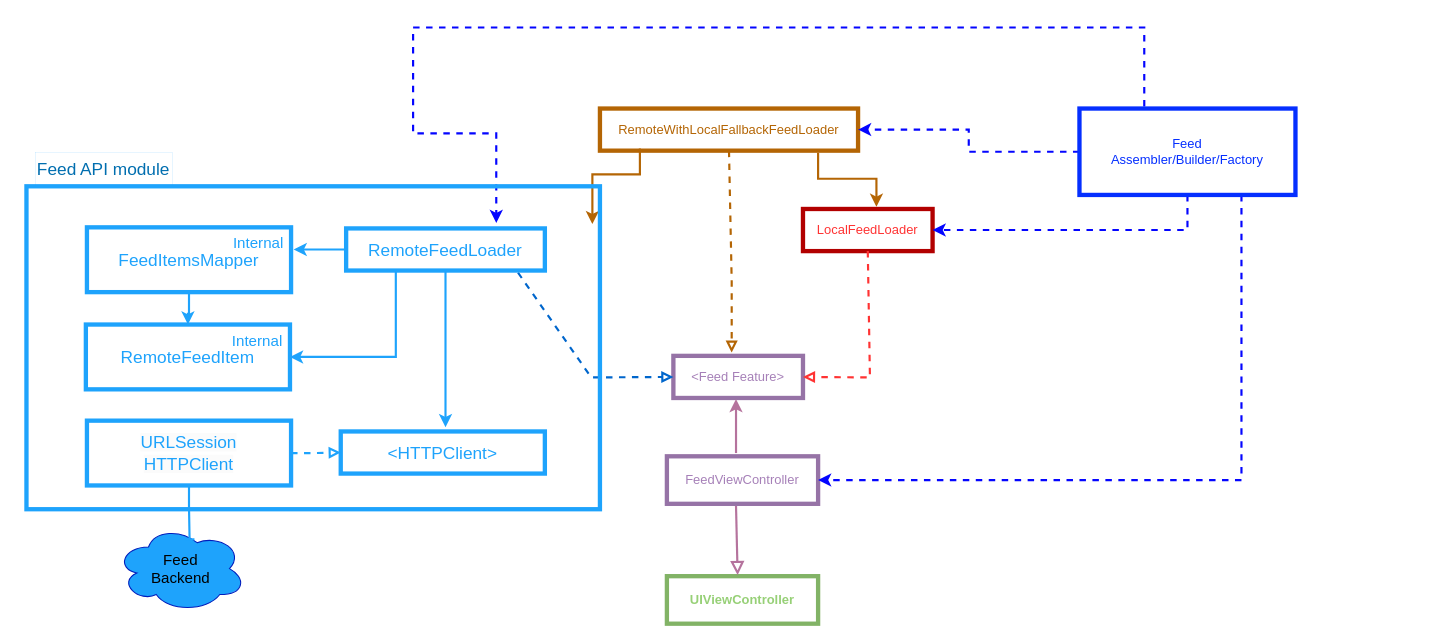
Before: Architecture Diagrams/Architecture_And_Modular_Design_Netowrking_Module.drawio in gopal-iosdev/essential-feed-case-study, a draw.io diagram. Source tidied: cells renumbered, new cells numbered last; positions are measured from the earlier drawing's top-left corner, leaving out a move shared by most shapes. Both pictures are drawn from the tidied source at 108%, with x=0, y=0 at pixel (26, 27).
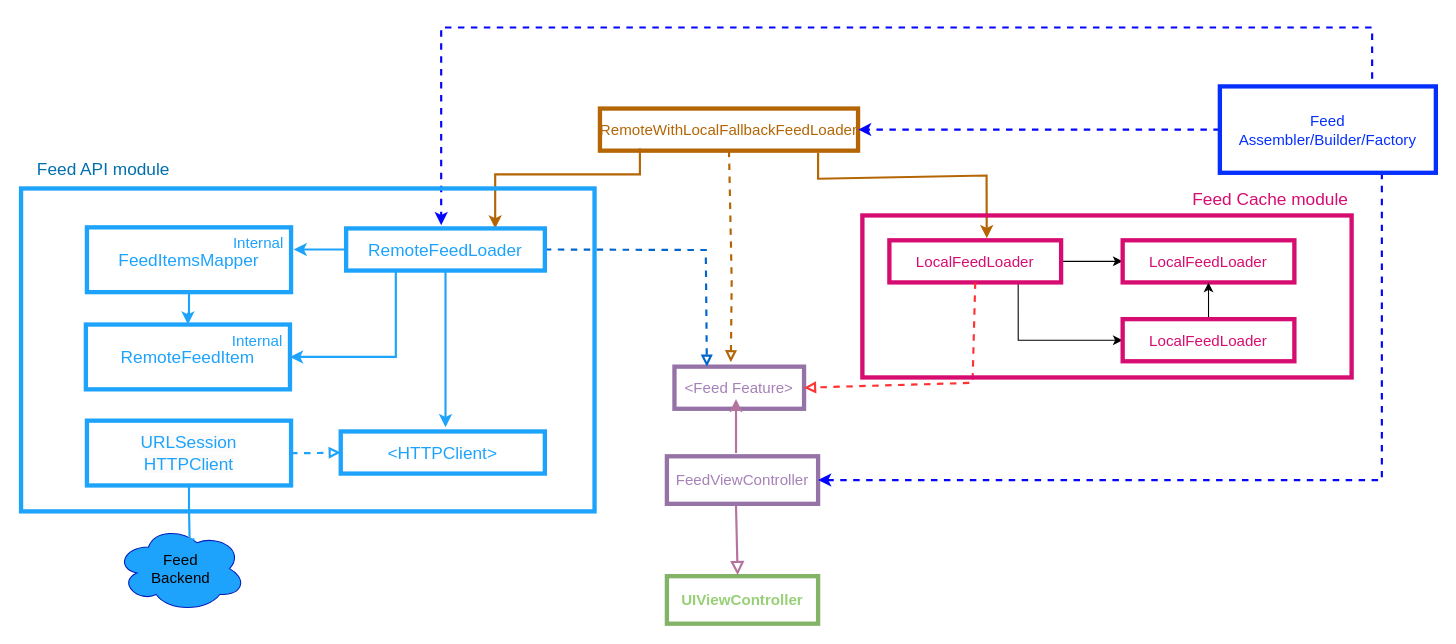
The same diagram, later.

Commit message:
Added Feed Cache Module

Unchanged cells that the change refers to:
```xml
<mxCell id="24" value="&lt;font style=&quot;font-size: 16px;&quot;&gt;RemoteFeedLoader&lt;/font&gt;" style="rounded=0;whiteSpace=wrap;html=1;fillColor=none;strokeColor=#1EA3FC;strokeWidth=4;fontColor=#1EA3FC;fontSize=16;" parent="1" vertex="1">
  <mxGeometry x="296" y="186" width="184" height="39" as="geometry" />
</mxCell>
```

What changed in the source:
```diff
@@
-    <mxCell id="2" value="&lt;b&gt;&lt;font color=&quot;#97d077&quot;&gt;UIViewController&lt;/font&gt;&lt;/b&gt;" style="rounded=0;whiteSpace=wrap;html=1;strokeWidth=4;fillColor=none;strokeColor=#82b366;" parent="1" vertex="1">
+    <mxCell id="2" value="&lt;b style=&quot;font-size: 14px;&quot;&gt;&lt;font color=&quot;#97d077&quot; style=&quot;font-size: 14px;&quot;&gt;UIViewController&lt;/font&gt;&lt;/b&gt;" style="rounded=0;whiteSpace=wrap;html=1;strokeWidth=4;fillColor=none;strokeColor=#82b366;fontSize=14;" parent="1" vertex="1">
       <mxGeometry x="593" y="508" width="140" height="44" as="geometry" />
     </mxCell>
-    <mxCell id="3" value="&lt;font color=&quot;#a680b8&quot;&gt;FeedViewController&lt;/font&gt;" style="rounded=0;whiteSpace=wrap;html=1;fillColor=none;strokeColor=#9673a6;strokeWidth=4;" parent="1" vertex="1">
+    <mxCell id="3" value="&lt;font color=&quot;#a680b8&quot; style=&quot;font-size: 14px;&quot;&gt;FeedViewController&lt;/font&gt;" style="rounded=0;whiteSpace=wrap;html=1;fillColor=none;strokeColor=#9673a6;strokeWidth=4;fontSize=14;" parent="1" vertex="1">
       <mxGeometry x="593" y="397" width="140" height="44" as="geometry" />
     </mxCell>
-    <mxCell id="4" value="&lt;font color=&quot;#a680b8&quot;&gt;&amp;lt;Feed Feature&amp;gt;&lt;/font&gt;" style="rounded=0;whiteSpace=wrap;html=1;fillColor=none;strokeColor=#9673a6;strokeWidth=4;" parent="1" vertex="1">
-      <mxGeometry x="599" y="304" width="120" height="39" as="geometry" />
+    <mxCell id="4" value="&lt;font color=&quot;#a680b8&quot; style=&quot;font-size: 14px;&quot;&gt;&amp;lt;Feed Feature&amp;gt;&lt;/font&gt;" style="rounded=0;whiteSpace=wrap;html=1;fillColor=none;strokeColor=#9673a6;strokeWidth=4;fontSize=14;" parent="1" vertex="1">
+      <mxGeometry x="600" y="314" width="120" height="39" as="geometry" />
     </mxCell>
@@
+    <mxCell id="35" style="edgeStyle=orthogonalEdgeStyle;rounded=0;jettySize=auto;html=1;entryX=0;entryY=0.5;entryDx=0;entryDy=0;" parent="1" edge="1" source="6" target="37">
+      <mxGeometry relative="1" as="geometry" />
+    </mxCell>
+    <mxCell id="36" style="edgeStyle=orthogonalEdgeStyle;rounded=0;jettySize=auto;html=1;exitX=0.75;exitY=1;exitDx=0;exitDy=0;entryX=0;entryY=0.5;entryDx=0;entryDy=0;" parent="1" edge="1" source="6" target="39">
+      <mxGeometry relative="1" as="geometry" />
+    </mxCell>
-    <mxCell id="6" value="&lt;font color=&quot;#ff3333&quot;&gt;LocalFeedLoader&lt;/font&gt;" style="rounded=0;whiteSpace=wrap;html=1;fillColor=none;strokeColor=#B20000;strokeWidth=4;fontColor=#ffffff;" parent="1" vertex="1">
-      <mxGeometry x="719" y="168" width="120" height="39" as="geometry" />
+    <mxCell id="6" value="&lt;font style=&quot;font-size: 14px;&quot;&gt;LocalFeedLoader&lt;/font&gt;" style="rounded=0;whiteSpace=wrap;html=1;fillColor=none;strokeColor=#D70C70;strokeWidth=4;fontColor=#D70C70;fontSize=14;" parent="1" vertex="1">
+      <mxGeometry x="799" y="197" width="159" height="39" as="geometry" />
     </mxCell>
     <mxCell id="7" style="html=1;labelBackgroundColor=#ffffff;startArrow=none;startFill=0;startSize=6;endArrow=block;endFill=0;endSize=6;jettySize=auto;strokeWidth=2;dashed=1;fontSize=14;rounded=0;exitX=0.5;exitY=1;exitDx=0;exitDy=0;entryX=1;entryY=0.5;entryDx=0;entryDy=0;strokeColor=#FF3333;" parent="1" edge="1" source="6" target="4">
       <mxGeometry relative="1" as="geometry">
         <Array as="points">
-          <mxPoint x="781" y="324" />
+          <mxPoint x="876" y="329" />
         </Array>
       </mxGeometry>
     </mxCell>
-    <mxCell id="8" style="html=1;labelBackgroundColor=#ffffff;startArrow=none;startFill=0;startSize=6;endArrow=block;endFill=0;endSize=6;jettySize=auto;strokeWidth=2;dashed=1;fontSize=14;rounded=0;entryX=0;entryY=0.5;entryDx=0;entryDy=0;strokeColor=#0066CC;exitX=0.865;exitY=1.051;exitDx=0;exitDy=0;exitPerimeter=0;" parent="1" edge="1" source="24" target="4">
+    <mxCell id="8" style="html=1;labelBackgroundColor=#ffffff;startArrow=none;startFill=0;startSize=6;endArrow=block;endFill=0;endSize=6;jettySize=auto;strokeWidth=2;dashed=1;fontSize=14;rounded=0;entryX=0.25;entryY=0;entryDx=0;entryDy=0;strokeColor=#0066CC;exitX=1;exitY=0.5;exitDx=0;exitDy=0;" parent="1" edge="1" source="24" target="4">
       <mxGeometry relative="1" as="geometry">
         <Array as="points">
-          <mxPoint x="523" y="324" />
+          <mxPoint x="629" y="206" />
         </Array>
       </mxGeometry>
     </mxCell>
@@
-    <mxCell id="10" value="&lt;font color=&quot;#b46504&quot;&gt;RemoteWithLocalFallbackFeedLoader&lt;/font&gt;" style="rounded=0;whiteSpace=wrap;html=1;fillColor=none;strokeColor=#b46504;strokeWidth=4;" parent="1" vertex="1">
+    <mxCell id="10" value="&lt;font color=&quot;#b46504&quot; style=&quot;font-size: 14px;&quot;&gt;RemoteWithLocalFallbackFeedLoader&lt;/font&gt;" style="rounded=0;whiteSpace=wrap;html=1;fillColor=none;strokeColor=#b46504;strokeWidth=4;fontSize=14;" parent="1" vertex="1">
       <mxGeometry x="531" y="75" width="239" height="39" as="geometry" />
     </mxCell>
-    <mxCell id="11" style="html=1;labelBackgroundColor=#ffffff;startArrow=none;startFill=0;startSize=6;endArrow=block;endFill=0;endSize=6;jettySize=auto;strokeWidth=2;dashed=1;fontSize=14;rounded=0;exitX=0.5;exitY=1;exitDx=0;exitDy=0;strokeColor=#B46504;" parent="1" edge="1" source="10">
+    <mxCell id="11" style="html=1;labelBackgroundColor=#ffffff;startArrow=none;startFill=0;startSize=6;endArrow=block;endFill=0;endSize=6;jettySize=auto;strokeWidth=2;dashed=1;fontSize=14;rounded=0;exitX=0.5;exitY=1;exitDx=0;exitDy=0;strokeColor=#B46504;entryX=0.435;entryY=-0.104;entryDx=0;entryDy=0;entryPerimeter=0;" parent="1" edge="1" source="10" target="4">
       <mxGeometry relative="1" as="geometry">
-        <mxPoint x="653" y="301" as="targetPoint" />
         <Array as="points">
           <mxPoint x="653" y="235" />
         </Array>
       </mxGeometry>
     </mxCell>
-    <mxCell id="12" style="endArrow=classic;html=1;rounded=0;exitX=0.155;exitY=1.026;exitDx=0;exitDy=0;exitPerimeter=0;strokeWidth=2;strokeColor=#B46504;entryX=0.886;entryY=0.051;entryDx=0;entryDy=0;entryPerimeter=0;" parent="1" edge="1">
+    <mxCell id="12" style="endArrow=classic;html=1;rounded=0;exitX=0.155;exitY=1.026;exitDx=0;exitDy=0;exitPerimeter=0;strokeWidth=2;strokeColor=#B46504;entryX=0.75;entryY=0;entryDx=0;entryDy=0;" parent="1" edge="1" target="24">
       <mxGeometry relative="1" as="geometry">
         <mxPoint x="568" y="112" as="sourcePoint" />
-        <mxPoint x="524" y="182" as="targetPoint" />
         <Array as="points">
           <mxPoint x="568" y="136" />
-          <mxPoint x="524" y="136" />
+          <mxPoint x="434" y="136" />
         </Array>
       </mxGeometry>
     </mxCell>
     <mxCell id="13" style="endArrow=classic;html=1;rounded=0;exitX=0.155;exitY=1.026;exitDx=0;exitDy=0;exitPerimeter=0;strokeWidth=2;strokeColor=#B46504;entryX=0.567;entryY=-0.051;entryDx=0;entryDy=0;entryPerimeter=0;" parent="1" edge="1" target="6">
       <mxGeometry relative="1" as="geometry">
         <mxPoint x="733" y="116" as="sourcePoint" />
         <Array as="points">
           <mxPoint x="733" y="140" />
-          <mxPoint x="787" y="140" />
+          <mxPoint x="889" y="137" />
         </Array>
       </mxGeometry>
     </mxCell>
-    <mxCell id="14" style="edgeStyle=orthogonalEdgeStyle;rounded=0;orthogonalLoop=1;jettySize=auto;html=1;strokeWidth=2;dashed=1;strokeColor=#0405ff;" parent="1" edge="1">
+    <mxCell id="14" style="edgeStyle=orthogonalEdgeStyle;rounded=0;jettySize=auto;html=1;strokeWidth=2;dashed=1;strokeColor=#0405ff;exitX=0.5;exitY=0;exitDx=0;exitDy=0;" parent="1" edge="1" source="18">
       <mxGeometry relative="1" as="geometry">
-        <mxPoint x="1035" y="73" as="sourcePoint" />
-        <mxPoint x="435" y="181" as="targetPoint" />
+        <mxPoint x="384" y="183" as="targetPoint" />
         <Array as="points">
-          <mxPoint x="1035" />
-          <mxPoint x="358" />
-          <mxPoint x="358" y="98" />
-          <mxPoint x="435" y="98" />
+          <mxPoint x="1246" />
+          <mxPoint x="384" />
         </Array>
       </mxGeometry>
     </mxCell>
@@
-    <mxCell id="16" style="edgeStyle=orthogonalEdgeStyle;rounded=0;jettySize=auto;html=1;exitX=0.5;exitY=1;exitDx=0;exitDy=0;entryX=1;entryY=0.5;entryDx=0;entryDy=0;strokeWidth=2;dashed=1;strokeColor=#0405ff;" parent="1" edge="1" source="18" target="6">
-      <mxGeometry relative="1" as="geometry" />
-    </mxCell>
@@
-    <mxCell id="18" value="&lt;font color=&quot;#052fff&quot;&gt;Feed&lt;br&gt;Assembler/Builder/Factory&lt;br&gt;&lt;/font&gt;" style="rounded=0;whiteSpace=wrap;html=1;fillColor=none;strokeColor=#052fff;strokeWidth=4;fontColor=#ffffff;" parent="1" vertex="1">
-      <mxGeometry x="975" y="75" width="200" height="80" as="geometry" />
+    <mxCell id="18" value="&lt;font color=&quot;#052fff&quot; style=&quot;font-size: 14px;&quot;&gt;Feed&lt;br style=&quot;font-size: 14px;&quot;&gt;Assembler/Builder/Factory&lt;br style=&quot;font-size: 14px;&quot;&gt;&lt;/font&gt;" style="rounded=0;whiteSpace=wrap;html=1;fillColor=none;strokeColor=#052fff;strokeWidth=4;fontColor=#ffffff;fontSize=14;" parent="1" vertex="1">
+      <mxGeometry x="1105" y="54.5" width="200" height="80" as="geometry" />
     </mxCell>
@@
     <mxCell id="30" style="rounded=0;whiteSpace=wrap;html=1;fillColor=none;strokeWidth=4;strokeColor=#1EA3FC;" parent="1" vertex="1">
-      <mxGeometry y="147" width="531" height="299" as="geometry" />
+      <mxGeometry x="-5" y="149" width="531" height="299" as="geometry" />
     </mxCell>
-    <mxCell id="31" value="Feed API module" style="text;html=1;strokeColor=#1EA3FC;fillColor=none;align=center;verticalAlign=middle;whiteSpace=wrap;rounded=0;strokeWidth=0;fontColor=#006EAF;fontStyle=0;fontSize=16;" parent="1" vertex="1">
+    <mxCell id="31" value="Feed API module" style="text;html=1;strokeColor=none;fillColor=none;align=center;verticalAlign=middle;whiteSpace=wrap;rounded=0;strokeWidth=0;fontColor=#006EAF;fontStyle=0;fontSize=16;" parent="1" vertex="1">
       <mxGeometry x="8" y="116" width="127" height="30" as="geometry" />
     </mxCell>
@@
+    <mxCell id="37" value="&lt;font style=&quot;font-size: 14px;&quot;&gt;LocalFeedLoader&lt;/font&gt;" style="rounded=0;whiteSpace=wrap;html=1;fillColor=none;strokeColor=#D70C70;strokeWidth=4;fontColor=#D70C70;fontSize=14;" parent="1" vertex="1">
+      <mxGeometry x="1015" y="197" width="159" height="39" as="geometry" />
+    </mxCell>
+    <mxCell id="38" style="edgeStyle=orthogonalEdgeStyle;rounded=0;jettySize=auto;html=1;entryX=0.5;entryY=1;entryDx=0;entryDy=0;" parent="1" edge="1" source="39" target="37">
+      <mxGeometry relative="1" as="geometry" />
+    </mxCell>
+    <mxCell id="39" value="&lt;font style=&quot;font-size: 14px;&quot;&gt;LocalFeedLoader&lt;/font&gt;" style="rounded=0;whiteSpace=wrap;html=1;fillColor=none;strokeColor=#D70C70;strokeWidth=4;fontColor=#D70C70;fontSize=14;" parent="1" vertex="1">
+      <mxGeometry x="1015" y="270" width="159" height="39" as="geometry" />
+    </mxCell>
+    <mxCell id="40" style="rounded=0;whiteSpace=wrap;html=1;fillColor=none;strokeWidth=4;strokeColor=#D70C70;" parent="1" vertex="1">
+      <mxGeometry x="774" y="174" width="453" height="150" as="geometry" />
+    </mxCell>
+    <mxCell id="41" value="Feed Cache module" style="text;html=1;strokeColor=none;fillColor=none;align=center;verticalAlign=middle;whiteSpace=wrap;rounded=0;strokeWidth=0;fontColor=#D70C70;fontStyle=0;fontSize=16;" parent="1" vertex="1">
+      <mxGeometry x="1073" y="144" width="158" height="30" as="geometry" />
+    </mxCell>
```
